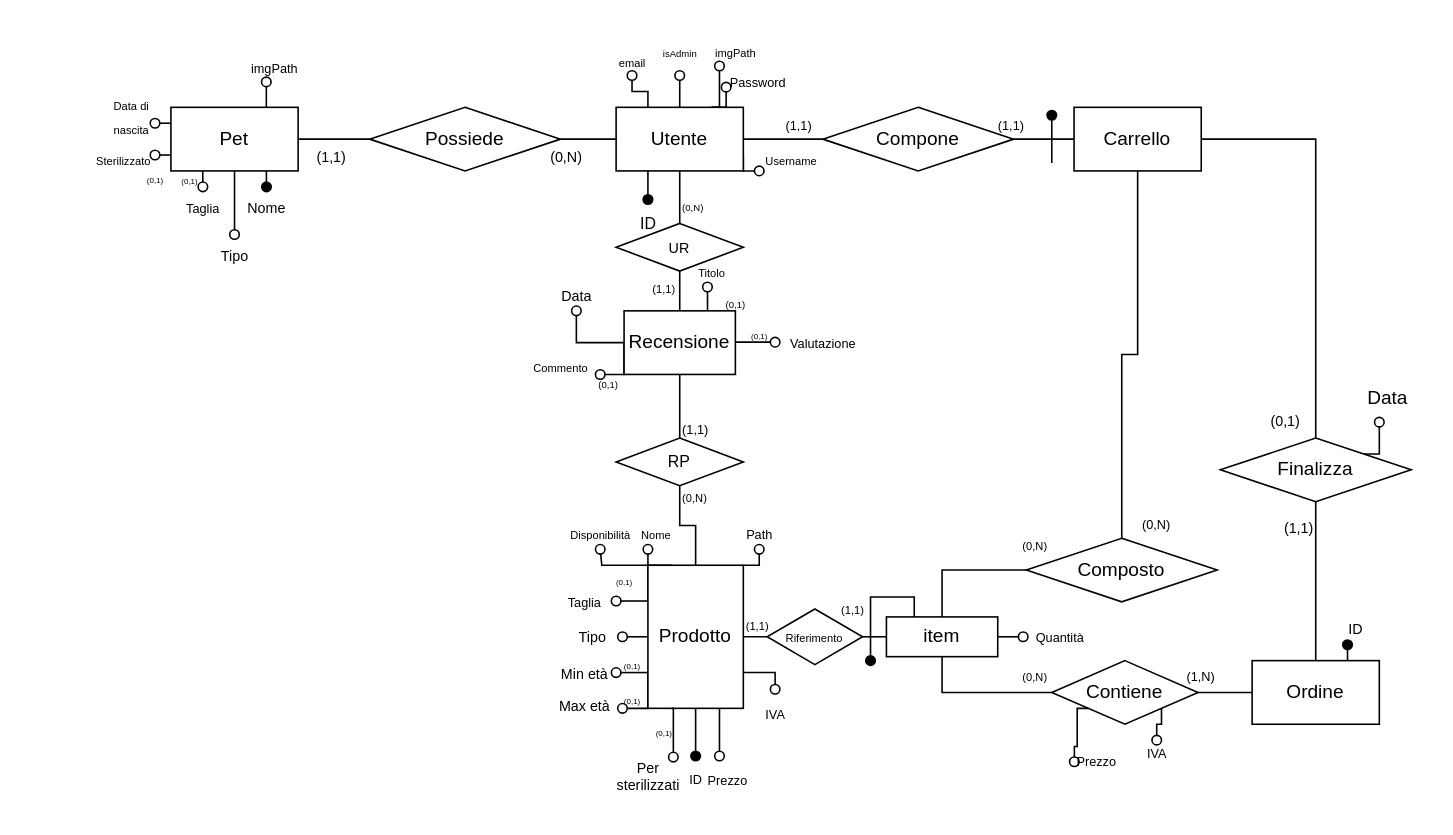
NumberZeroo/TSW_Proj keeps this draw.io diagram as Documenti/DrawIo&Images/DarwinShopNormalized.drawio. Above is the earlier version. Source tidied: cells renumbered, new cells numbered last; positions are measured from the earlier drawing's top-left corner, leaving out a move shared by most shapes. Both pictures are drawn from the tidied source at 159%, with x=0, y=0 at pixel (27, 27).
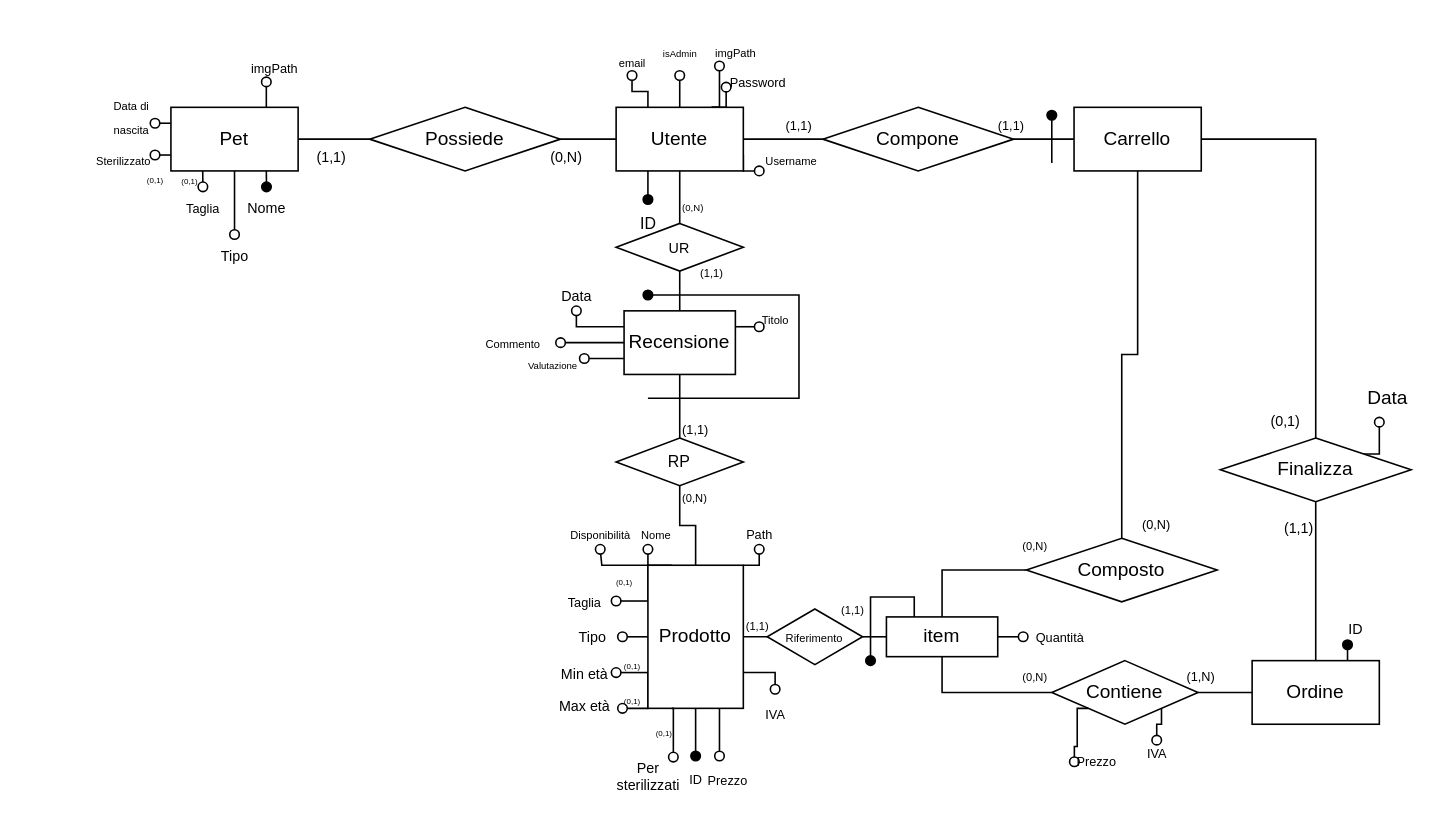
After the change.

The change refers to these unchanged cells:
```xml
<mxCell id="117" value="Recensione" style="rounded=0;whiteSpace=wrap;html=1;" parent="1" vertex="1">
  <mxGeometry x="375" y="178" width="70" height="40" as="geometry" />
</mxCell>
```

Change to the diagram source:
```diff
@@
-    <mxCell id="25" style="edgeStyle=orthogonalEdgeStyle;rounded=0;orthogonalLoop=1;jettySize=auto;html=1;exitX=0;exitY=0;exitDx=0;exitDy=0;endArrow=oval;endFill=0;" parent="1" edge="1">
+    <mxCell id="25" style="edgeStyle=orthogonalEdgeStyle;rounded=0;jettySize=auto;html=1;exitX=0;exitY=0.25;exitDx=0;exitDy=0;endArrow=oval;endFill=0;" parent="1" edge="1" source="117">
       <mxGeometry relative="1" as="geometry">
-        <mxPoint x="375" y="198" as="sourcePoint" />
         <mxPoint x="345" y="178" as="targetPoint" />
       </mxGeometry>
     </mxCell>
-    <mxCell id="26" style="edgeStyle=orthogonalEdgeStyle;rounded=0;jettySize=auto;html=1;exitX=0;exitY=0.5;exitDx=0;exitDy=0;endArrow=oval;endFill=0;" parent="1" edge="1" source="117">
-      <mxGeometry relative="1" as="geometry">
-        <mxPoint x="360" y="218" as="targetPoint" />
-        <Array as="points">
-          <mxPoint x="375" y="218" />
-        </Array>
-      </mxGeometry>
+    <mxCell id="26" style="edgeStyle=orthogonalEdgeStyle;rounded=0;jettySize=auto;html=1;exitX=0;exitY=0.5;exitDx=0;exitDy=0;endArrow=oval;endFill=0;entryX=1.001;entryY=0.5;entryDx=0;entryDy=0;entryPerimeter=0;" parent="1" edge="1" source="117" target="89">
+      <mxGeometry relative="1" as="geometry" />
     </mxCell>
-    <mxCell id="27" style="edgeStyle=orthogonalEdgeStyle;rounded=0;orthogonalLoop=1;jettySize=auto;html=1;exitX=1;exitY=1;exitDx=0;exitDy=0;endArrow=oval;endFill=0;" parent="1" edge="1">
-      <mxGeometry relative="1" as="geometry">
-        <mxPoint x="445" y="197.7" as="sourcePoint" />
-        <mxPoint x="470" y="198" as="targetPoint" />
-      </mxGeometry>
-    </mxCell>
@@
     <mxCell id="89" value="&lt;font style=&quot;font-size: 7px;&quot;&gt;Commento&lt;/font&gt;" style="text;html=1;align=center;verticalAlign=middle;points=[];strokeColor=none;fillColor=none;" parent="1" vertex="1">
-      <mxGeometry x="305" y="198" width="60" height="30" as="geometry" />
+      <mxGeometry x="275" y="183" width="60" height="30" as="geometry" />
     </mxCell>
     <mxCell id="90" value="&lt;font style=&quot;font-size: 7px;&quot;&gt;Titolo&lt;/font&gt;" style="text;html=1;align=center;verticalAlign=middle;strokeColor=none;fillColor=none;" parent="1" vertex="1">
-      <mxGeometry x="410" y="138" width="40" height="30" as="geometry" />
+      <mxGeometry x="450" y="168" width="40" height="30" as="geometry" />
     </mxCell>
-    <mxCell id="91" value="&lt;font style=&quot;font-size: 8px;&quot;&gt;Valutazione&lt;/font&gt;" style="text;html=1;align=center;verticalAlign=middle;strokeColor=none;fillColor=none;" parent="1" vertex="1">
-      <mxGeometry x="470" y="183" width="60" height="30" as="geometry" />
+    <mxCell id="91" value="&lt;font style=&quot;font-size: 6px;&quot;&gt;Valutazione&lt;/font&gt;" style="text;html=1;align=center;verticalAlign=middle;strokeColor=none;fillColor=none;" parent="1" vertex="1">
+      <mxGeometry x="305" y="196" width="50" height="30" as="geometry" />
     </mxCell>
-    <mxCell id="92" value="&lt;font style=&quot;font-size: 6px;&quot;&gt;(0,1)&lt;/font&gt;" style="text;html=1;align=center;verticalAlign=middle;strokeColor=none;fillColor=none;" parent="1" vertex="1">
-      <mxGeometry x="345" y="208" width="40" height="30" as="geometry" />
-    </mxCell>
-    <mxCell id="93" value="&lt;font style=&quot;font-size: 6px;&quot;&gt;(0,1)&lt;/font&gt;" style="text;html=1;align=center;verticalAlign=middle;points=[];strokeColor=none;fillColor=none;" parent="1" vertex="1">
-      <mxGeometry x="425" y="158" width="40" height="30" as="geometry" />
-    </mxCell>
@@
-    <mxCell id="115" value="&lt;font style=&quot;font-size: 5px;&quot;&gt;(0,1)&lt;/font&gt;" style="text;html=1;align=center;verticalAlign=top;strokeColor=none;fillColor=none;horizontal=1;" parent="1" vertex="1">
-      <mxGeometry x="445" y="178" width="30" height="30" as="geometry" />
-    </mxCell>
-    <mxCell id="116" style="edgeStyle=orthogonalEdgeStyle;rounded=0;jettySize=auto;html=1;exitX=0.75;exitY=0;exitDx=0;exitDy=0;endArrow=oval;endFill=0;entryX=0.061;entryY=0.167;entryDx=0;entryDy=0;entryPerimeter=0;" parent="1" edge="1" source="117" target="93">
-      <mxGeometry relative="1" as="geometry" />
-    </mxCell>
+    <mxCell id="124" style="edgeStyle=orthogonalEdgeStyle;rounded=0;jettySize=auto;html=1;exitX=1;exitY=0.25;exitDx=0;exitDy=0;endArrow=oval;endFill=0;" parent="1" edge="1" source="117">
+      <mxGeometry relative="1" as="geometry">
+        <mxPoint x="460" y="188.1" as="targetPoint" />
+      </mxGeometry>
+    </mxCell>
+    <mxCell id="125" style="edgeStyle=orthogonalEdgeStyle;rounded=0;jettySize=auto;html=1;exitX=0;exitY=0.75;exitDx=0;exitDy=0;endArrow=oval;endFill=0;" parent="1" edge="1" source="117">
+      <mxGeometry relative="1" as="geometry">
+        <mxPoint x="350" y="208" as="targetPoint" />
+      </mxGeometry>
+    </mxCell>
@@
     <mxCell id="123" value="&lt;font style=&quot;font-size: 7px;&quot;&gt;(1,1)&lt;/font&gt;" style="text;html=1;align=center;verticalAlign=middle;strokeColor=none;fillColor=none;" parent="1" vertex="1">
-      <mxGeometry x="380" y="148" width="40" height="30" as="geometry" />
+      <mxGeometry x="410" y="138" width="40" height="30" as="geometry" />
     </mxCell>
+    <mxCell id="126" style="endArrow=oval;html=1;rounded=0;endFill=1;" parent="1" edge="1">
+      <mxGeometry relative="1" as="geometry">
+        <mxPoint x="390" y="233" as="sourcePoint" />
+        <mxPoint x="390" y="168" as="targetPoint" />
+        <Array as="points">
+          <mxPoint x="485" y="233" />
+          <mxPoint x="485" y="168" />
+        </Array>
+      </mxGeometry>
+    </mxCell>
```
